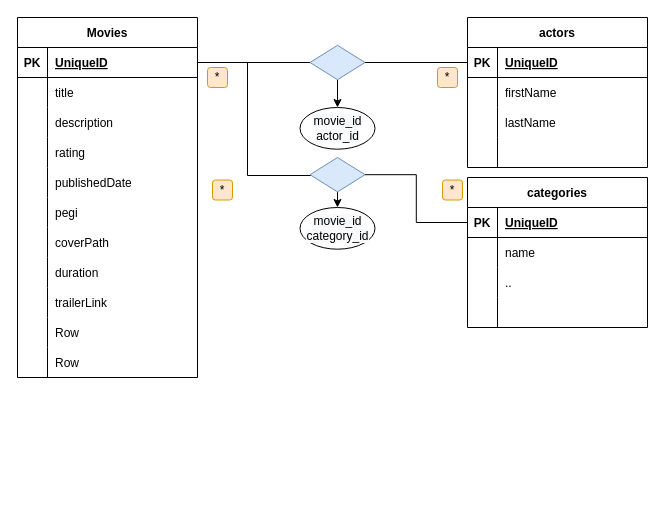
This is page "Page-1" (1 of 2) of doc/imdb-clone.drawio from cincenfrank/imdb-clone, a draw.io file, before an edit. Source tidied: cells renumbered, new cells numbered last; positions are measured from the earlier drawing's top-left corner, leaving out a move shared by most shapes. Both pictures are drawn from the tidied source at 100%, with x=0, y=0 at pixel (17, 17).
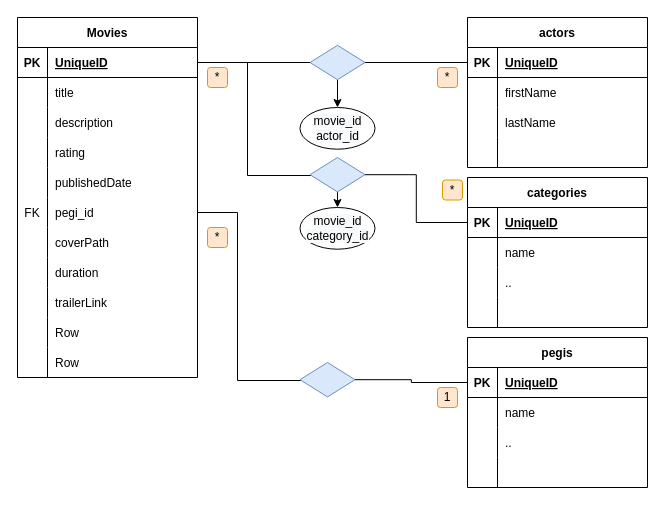
Above is the later version.

The change refers to these unchanged cells:
```xml
<mxCell id="18" style="shape=partialRectangle;fillColor=none;top=0;left=0;bottom=0;right=0;points=[[0,0.5],[1,0.5]];portConstraint=eastwest;" parent="2" vertex="1">
  <mxGeometry y="180" width="180" height="30" as="geometry" />
</mxCell>
```

Change to the diagram source:
```diff
@@
-    <mxCell id="19" style="shape=partialRectangle;fillColor=none;top=0;left=0;bottom=0;right=0;overflow=hidden;" parent="18" vertex="1">
+    <mxCell id="19" value="FK" style="shape=partialRectangle;fillColor=none;top=0;left=0;bottom=0;right=0;overflow=hidden;" parent="18" vertex="1">
       <mxGeometry width="30" height="30" as="geometry" />
     </mxCell>
-    <mxCell id="20" value="pegi" style="shape=partialRectangle;fillColor=none;top=0;left=0;bottom=0;right=0;align=left;spacingLeft=6;overflow=hidden;" parent="18" vertex="1">
+    <mxCell id="20" value="pegi_id" style="shape=partialRectangle;fillColor=none;top=0;left=0;bottom=0;right=0;align=left;spacingLeft=6;overflow=hidden;" parent="18" vertex="1">
       <mxGeometry x="30" width="150" height="30" as="geometry" />
     </mxCell>
@@
-    <mxCell id="73" value="*" style="rounded=1;whiteSpace=wrap;html=1;fillColor=#ffe6cc;strokeColor=#d79b00;verticalAlign=middle;" parent="1" vertex="1">
-      <mxGeometry x="195" y="162.5" width="20" height="20" as="geometry" />
-    </mxCell>
@@
+    <mxCell id="76" value="pegis" style="shape=table;startSize=30;childLayout=tableLayout;rowLines=0;fontStyle=1;align=center;" parent="1" vertex="1">
+      <mxGeometry x="450" y="320" width="180" height="150" as="geometry" />
+    </mxCell>
+    <mxCell id="77" style="shape=partialRectangle;fillColor=none;top=0;left=0;bottom=1;right=0;points=[[0,0.5],[1,0.5]];portConstraint=eastwest;" parent="76" vertex="1">
+      <mxGeometry y="30" width="180" height="30" as="geometry" />
+    </mxCell>
+    <mxCell id="78" value="PK" style="shape=partialRectangle;fillColor=none;top=0;left=0;bottom=0;right=0;fontStyle=1;overflow=hidden;" parent="77" vertex="1">
+      <mxGeometry width="30" height="30" as="geometry" />
+    </mxCell>
+    <mxCell id="79" value="UniqueID" style="shape=partialRectangle;fillColor=none;top=0;left=0;bottom=0;right=0;align=left;spacingLeft=6;fontStyle=5;overflow=hidden;" parent="77" vertex="1">
+      <mxGeometry x="30" width="150" height="30" as="geometry" />
+    </mxCell>
+    <mxCell id="80" style="shape=partialRectangle;fillColor=none;top=0;left=0;bottom=0;right=0;" parent="76" vertex="1">
+      <mxGeometry y="60" width="180" height="30" as="geometry" />
+    </mxCell>
+    <mxCell id="81" style="shape=partialRectangle;fillColor=none;top=0;left=0;bottom=0;right=0;overflow=hidden;" parent="80" vertex="1">
+      <mxGeometry width="30" height="30" as="geometry" />
+    </mxCell>
+    <mxCell id="82" value="name" style="shape=partialRectangle;fillColor=none;top=0;left=0;bottom=0;right=0;align=left;spacingLeft=6;overflow=hidden;" parent="80" vertex="1">
+      <mxGeometry x="30" width="150" height="30" as="geometry" />
+    </mxCell>
+    <mxCell id="83" style="shape=partialRectangle;fillColor=none;top=0;left=0;bottom=0;right=0;" parent="76" vertex="1">
+      <mxGeometry y="90" width="180" height="30" as="geometry" />
+    </mxCell>
+    <mxCell id="84" style="shape=partialRectangle;fillColor=none;top=0;left=0;bottom=0;right=0;overflow=hidden;" parent="83" vertex="1">
+      <mxGeometry width="30" height="30" as="geometry" />
+    </mxCell>
+    <mxCell id="85" value=".." style="shape=partialRectangle;fillColor=none;top=0;left=0;bottom=0;right=0;align=left;spacingLeft=6;overflow=hidden;" parent="83" vertex="1">
+      <mxGeometry x="30" width="150" height="30" as="geometry" />
+    </mxCell>
+    <mxCell id="86" style="shape=partialRectangle;fillColor=none;top=0;left=0;bottom=0;right=0;" parent="76" vertex="1">
+      <mxGeometry y="120" width="180" height="30" as="geometry" />
+    </mxCell>
+    <mxCell id="87" style="shape=partialRectangle;fillColor=none;top=0;left=0;bottom=0;right=0;overflow=hidden;" parent="86" vertex="1">
+      <mxGeometry width="30" height="30" as="geometry" />
+    </mxCell>
+    <mxCell id="88" style="shape=partialRectangle;fillColor=none;top=0;left=0;bottom=0;right=0;align=left;spacingLeft=6;overflow=hidden;" parent="86" vertex="1">
+      <mxGeometry x="30" width="150" height="30" as="geometry" />
+    </mxCell>
+    <mxCell id="89" style="edgeStyle=orthogonalEdgeStyle;rounded=0;jettySize=auto;html=1;exitX=1;exitY=0.5;exitDx=0;exitDy=0;endArrow=none;endFill=0;" parent="1" edge="1" source="18" target="91">
+      <mxGeometry relative="1" as="geometry">
+        <Array as="points">
+          <mxPoint x="220" y="195" />
+          <mxPoint x="220" y="363" />
+        </Array>
+      </mxGeometry>
+    </mxCell>
+    <mxCell id="90" style="edgeStyle=orthogonalEdgeStyle;rounded=0;jettySize=auto;html=1;exitX=1;exitY=0.5;exitDx=0;exitDy=0;entryX=0;entryY=0.5;entryDx=0;entryDy=0;endArrow=none;endFill=0;" parent="1" edge="1" source="91" target="77">
+      <mxGeometry relative="1" as="geometry" />
+    </mxCell>
+    <mxCell id="91" style="rhombus;whiteSpace=wrap;html=1;fillColor=#dae8fc;strokeColor=#6c8ebf;" parent="1" vertex="1">
+      <mxGeometry x="282.5" y="345" width="55" height="34.4" as="geometry" />
+    </mxCell>
+    <mxCell id="92" value="1" style="rounded=1;whiteSpace=wrap;html=1;fillColor=#ffe6cc;strokeColor=#d79b00;verticalAlign=middle;" parent="1" vertex="1">
+      <mxGeometry x="420" y="370" width="20" height="20" as="geometry" />
+    </mxCell>
+    <mxCell id="73" value="*" style="rounded=1;whiteSpace=wrap;html=1;fillColor=#ffe6cc;strokeColor=#d79b00;verticalAlign=middle;" parent="1" vertex="1">
+      <mxGeometry x="190" y="210" width="20" height="20" as="geometry" />
+    </mxCell>
```
